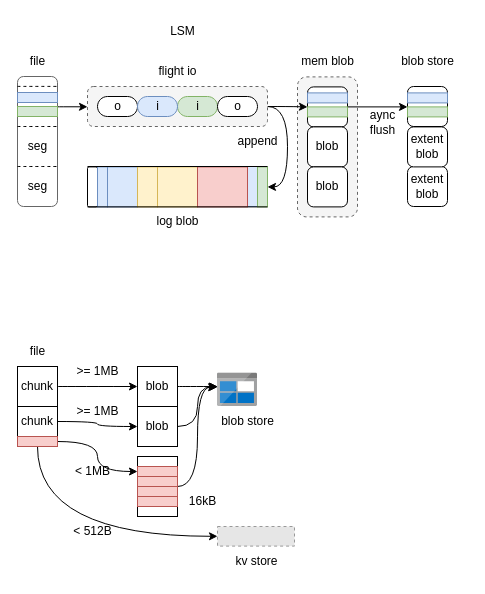
Before: page "io" (2 of 4) of beegfs/beegfs-new.drawio in EarthWind/deeparch, a draw.io diagram. Source tidied: cells renumbered, new cells numbered last; positions are measured from the earlier drawing's top-left corner, leaving out a move shared by most shapes. Both pictures are drawn from the tidied source at 100%, with x=0, y=0 at pixel (17, 16). Pictures stored in the file or linked from it are replaced by grey dashed boxes.
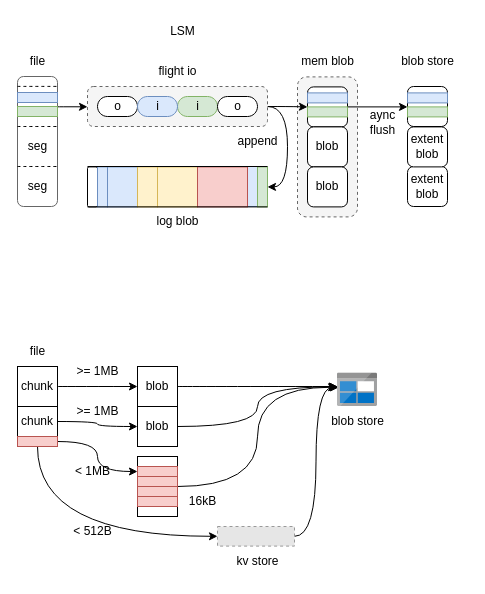
Above is the later version.

Unchanged cells that the change refers to:
```xml
<mxCell id="60" style="fillColor=#E6E6E6;strokeColor=#999999;dashed=1;verticalLabelPosition=bottom;labelBackgroundColor=default;verticalAlign=top;" parent="1" vertex="1">
  <mxGeometry x="200" y="510" width="77" height="19.6" as="geometry" />
</mxCell>
```

What changed in the source:
```diff
@@
+    <mxCell id="75" style="edgeStyle=orthogonalEdgeStyle;rounded=0;jettySize=auto;html=1;entryX=0.025;entryY=0.435;entryDx=0;entryDy=0;entryPerimeter=0;curved=1;" parent="1" edge="1" source="60" target="61">
+      <mxGeometry relative="1" as="geometry" />
+    </mxCell>
@@
     <mxCell id="61" style="sketch=0;html=1;points=[];align=center;image;fontSize=12;image=img/lib/mscae/BlobBlock.svg;dashed=1;" parent="1" vertex="1">
-      <mxGeometry x="200" y="356.4" width="40" height="33.6" as="geometry" />
+      <mxGeometry x="320" y="356.4" width="40" height="33.6" as="geometry" />
     </mxCell>
     <mxCell id="62" value="blob store" style="text;html=1;align=center;verticalAlign=middle;strokeColor=none;fillColor=none;" parent="1" vertex="1">
-      <mxGeometry x="190" y="390" width="80" height="30" as="geometry" />
+      <mxGeometry x="300" y="390" width="80" height="30" as="geometry" />
     </mxCell>
     <mxCell id="63" value="kv store" style="text;html=1;align=center;verticalAlign=middle;strokeColor=none;fillColor=none;" parent="1" vertex="1">
-      <mxGeometry x="203.5" y="529.5" width="70" height="30" as="geometry" />
+      <mxGeometry x="205" y="529.5" width="70" height="30" as="geometry" />
     </mxCell>
```
